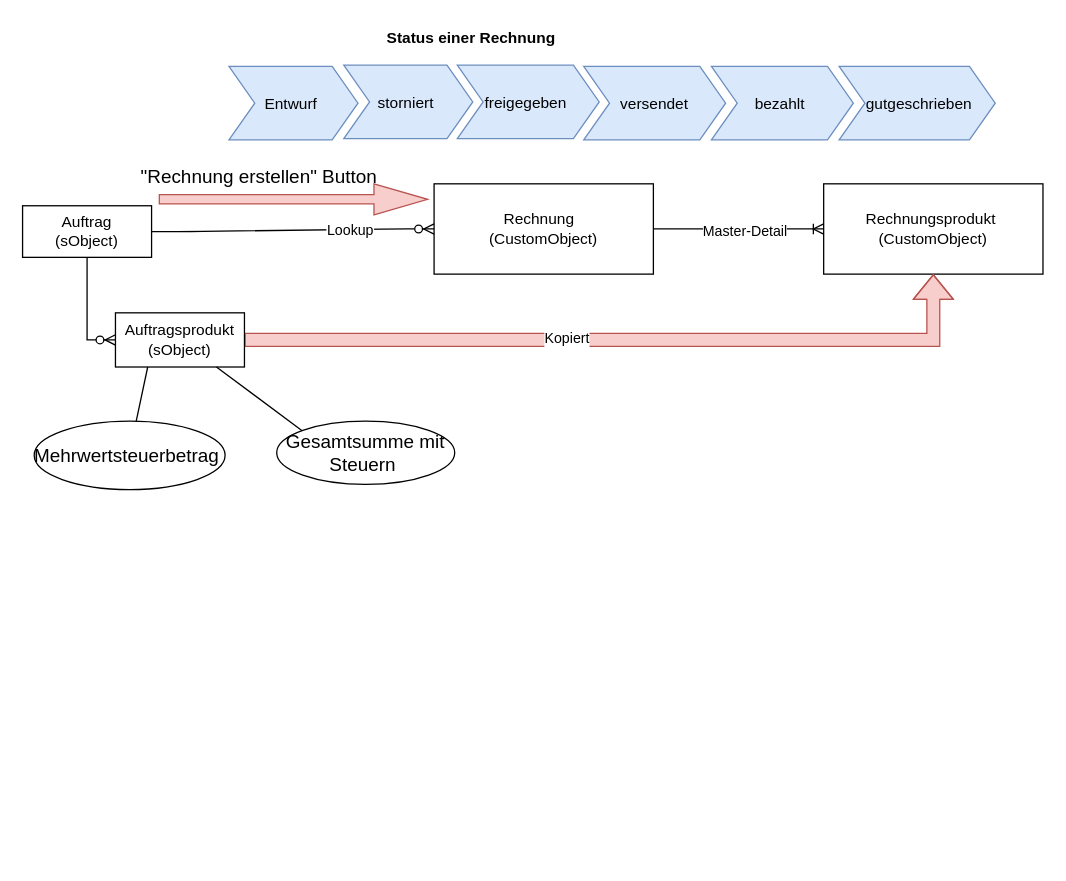
Above: Übngsaufgabe SF III.drawio in tuannguyenvn/DrawIO (draw.io), before the change. Source tidied: cells renumbered, new cells numbered last; positions are measured from the earlier drawing's top-left corner, leaving out a move shared by most shapes. Both pictures are drawn from the tidied source at 129%, with x=0, y=0 at pixel (22, 22).
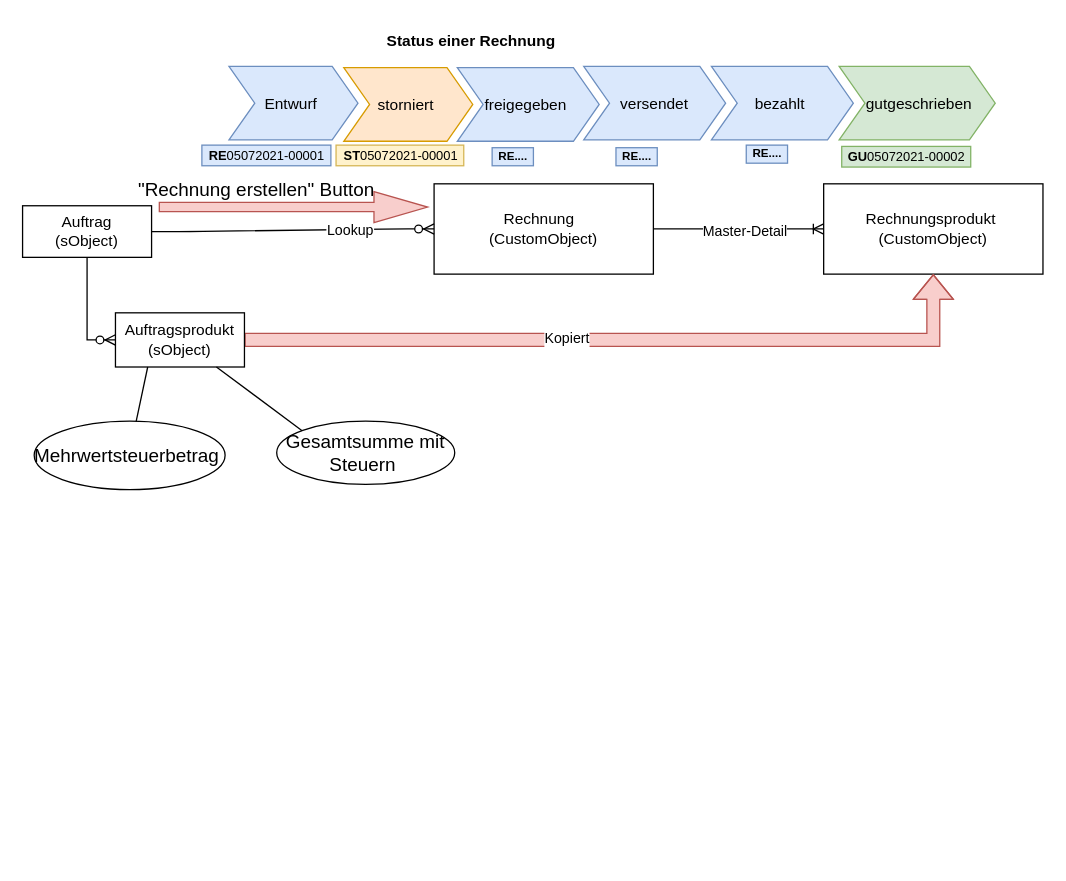
After the change.

The edit, as a diff of the source:
```diff
@@
     <mxCell id="17" style="shape=singleArrow;whiteSpace=wrap;html=1;fillColor=#f8cecc;strokeColor=#b85450;" parent="1" vertex="1">
-      <mxGeometry x="106" y="125" width="208" height="24" as="geometry" />
+      <mxGeometry x="106" y="131" width="208" height="24" as="geometry" />
     </mxCell>
     <mxCell id="18" value="&lt;span style=&quot;font-size: 11.0pt ; font-family: &amp;#34;calibri&amp;#34; , sans-serif&quot;&gt;&quot;Rechnung erstellen&quot; Button&lt;/span&gt;" style="text;html=1;align=center;verticalAlign=middle;strokeColor=none;" parent="1" vertex="1">
-      <mxGeometry x="93" y="111" width="179" height="18" as="geometry" />
+      <mxGeometry x="91" y="121" width="179" height="18" as="geometry" />
     </mxCell>
@@
     <mxCell id="22" value="Status einer Rechnung" style="swimlane;horizontal=1;fillColor=none;strokeColor=none;stackBorder=10;align=center;fontColor=#000000;startSize=23;" parent="1" vertex="1">
-      <mxGeometry x="239" width="218" height="100" as="geometry" />
+      <mxGeometry x="239" y="2" width="218" height="100" as="geometry" />
     </mxCell>
-    <mxCell id="23" value="storniert " style="shape=step;perimeter=stepPerimeter;fixedSize=1;fillColor=#dae8fc;strokeColor=#6c8ebf;" parent="22" vertex="1">
+    <mxCell id="23" value="storniert " style="shape=step;perimeter=stepPerimeter;fixedSize=1;fillColor=#ffe6cc;strokeColor=#d79b00;" parent="22" vertex="1">
       <mxGeometry x="10" y="33" width="100" height="57" as="geometry" />
     </mxCell>
@@
-    <mxCell id="28" value=" gutgeschrieben" style="shape=step;perimeter=stepPerimeter;fixedSize=1;fillColor=#dae8fc;strokeColor=#6c8ebf;" parent="1" vertex="1">
+    <mxCell id="28" value=" gutgeschrieben" style="shape=step;perimeter=stepPerimeter;fixedSize=1;fillColor=#d5e8d4;strokeColor=#82b366;" parent="1" vertex="1">
       <mxGeometry x="633" y="34" width="121" height="57" as="geometry" />
     </mxCell>
+    <mxCell id="29" value="RE&lt;span style=&quot;font-weight: normal; font-size: 10px;&quot;&gt;05072021-00001&lt;/span&gt;" style="text;html=1;align=center;verticalAlign=middle;strokeColor=#6c8ebf;fontStyle=1;fontSize=10;fillColor=#dae8fc;" parent="1" vertex="1">
+      <mxGeometry x="139" y="95" width="100" height="16" as="geometry" />
+    </mxCell>
+    <mxCell id="30" value="ST&lt;span style=&quot;font-weight: 400; font-size: 10px;&quot;&gt;05072021-00001&lt;/span&gt;" style="text;html=1;align=center;verticalAlign=middle;strokeColor=#d6b656;fontStyle=1;fontSize=10;fillColor=#fff2cc;" parent="1" vertex="1">
+      <mxGeometry x="243" y="95" width="99" height="16" as="geometry" />
+    </mxCell>
+    <mxCell id="31" value="RE...." style="text;html=1;align=center;verticalAlign=middle;strokeColor=#6c8ebf;fontStyle=1;fontSize=9;fillColor=#dae8fc;" parent="1" vertex="1">
+      <mxGeometry x="364" y="97" width="32" height="14" as="geometry" />
+    </mxCell>
+    <mxCell id="32" value="RE...." style="text;html=1;align=center;verticalAlign=middle;strokeColor=#6c8ebf;fontStyle=1;fontSize=9;fillColor=#dae8fc;" parent="1" vertex="1">
+      <mxGeometry x="460" y="97" width="32" height="14" as="geometry" />
+    </mxCell>
+    <mxCell id="33" value="RE...." style="text;html=1;align=center;verticalAlign=middle;strokeColor=#6c8ebf;fontStyle=1;fontSize=9;fillColor=#dae8fc;" parent="1" vertex="1">
+      <mxGeometry x="561" y="95" width="32" height="14" as="geometry" />
+    </mxCell>
+    <mxCell id="34" value="GU&lt;span style=&quot;font-weight: 400; font-size: 10px;&quot;&gt;05072021-00002&lt;/span&gt;" style="text;html=1;align=center;verticalAlign=middle;strokeColor=#82b366;fontStyle=1;fontSize=10;fillColor=#d5e8d4;" parent="1" vertex="1">
+      <mxGeometry x="635" y="96" width="100" height="16" as="geometry" />
+    </mxCell>
```
